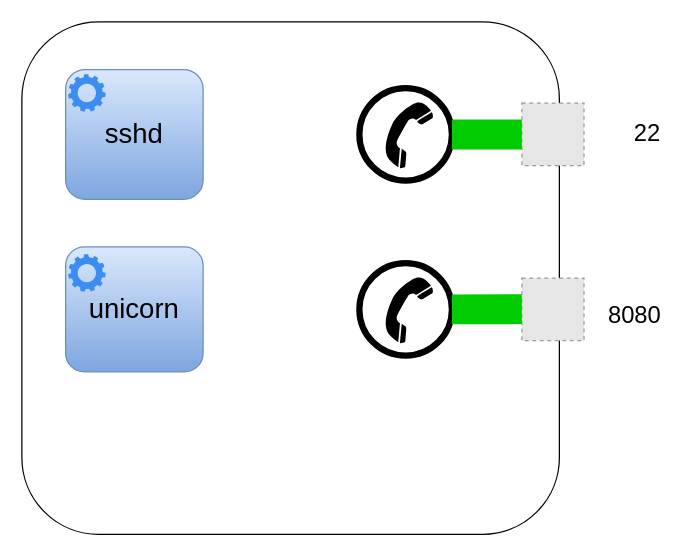
Earlier version of the draw.io diagram page "Socket2" (3 of 8) of presentations/assets/Unicorn-RoR.drawio (psaghelyi/web_test). Source tidied: cells renumbered, new cells numbered last; positions are measured from the earlier drawing's top-left corner, leaving out a move shared by most shapes. Both pictures are drawn from the tidied source at 125%, with x=0, y=0 at pixel (21, 21). Pictures stored in the file or linked from it are replaced by grey dashed boxes.
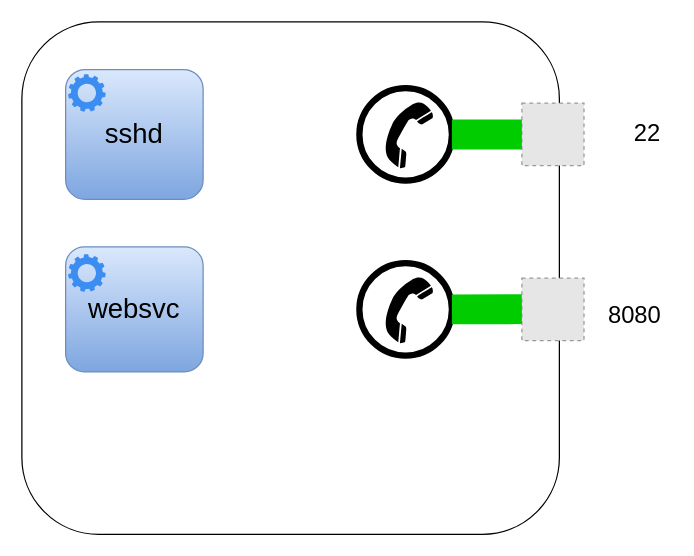
After the change.

What changed in the source:
```diff
@@
 <mxGraphModel>
   <root>
     <mxCell id="0" />
     <mxCell id="1" parent="0" />
     <mxCell id="2" style="rounded=1;whiteSpace=wrap;html=1;fillColor=none;" parent="1" vertex="1">
       <mxGeometry width="430" height="410" as="geometry" />
     </mxCell>
     <mxCell id="3" style="fillColor=#E6E6E6;strokeColor=#999999;dashed=1;verticalLabelPosition=bottom;labelBackgroundColor=none;verticalAlign=top;" parent="1" vertex="1">
       <mxGeometry x="400" y="65" width="49.7" height="50" as="geometry" />
     </mxCell>
     <mxCell id="4" style="fillColor=#E6E6E6;strokeColor=#999999;dashed=1;verticalLabelPosition=bottom;labelBackgroundColor=default;verticalAlign=top;" parent="1" vertex="1">
       <mxGeometry x="400" y="205" width="49.7" height="50" as="geometry" />
     </mxCell>
     <mxCell id="5" value="22" style="text;html=1;align=center;verticalAlign=middle;strokeColor=none;fillColor=none;fontSize=19;" parent="1" vertex="1">
       <mxGeometry x="480" y="75" width="40" height="30" as="geometry" />
     </mxCell>
     <mxCell id="6" style="group;" parent="1" vertex="1">
       <mxGeometry x="270" y="53" width="93" height="74" as="geometry" />
     </mxCell>
     <mxCell id="7" style="ellipse;whiteSpace=wrap;html=1;strokeColor=default;fillColor=none;strokeWidth=5;" parent="6" vertex="1">
       <mxGeometry width="74" height="74" as="geometry" />
     </mxCell>
     <mxCell id="8" style="shape=mxgraph.signs.tech.telephone_3;html=1;fillColor=#000000;strokeColor=none;verticalLabelPosition=bottom;verticalAlign=top;align=center;rotation=60;" parent="6" vertex="1">
       <mxGeometry x="19.7" y="12.8" width="40.8" height="50" as="geometry" />
     </mxCell>
     <mxCell id="9" style="endArrow=none;html=1;rounded=0;fontSize=22;fillColor=#d5e8d4;strokeColor=#00CC00;strokeWidth=24;gradientColor=#97d077;shadow=0;sketch=0;" parent="1" edge="1" source="7" target="3">
       <mxGeometry relative="1" as="geometry" />
     </mxCell>
     <mxCell id="10" style="group;" parent="1" vertex="1">
       <mxGeometry x="270" y="193" width="93" height="74" as="geometry" />
     </mxCell>
     <mxCell id="11" style="ellipse;whiteSpace=wrap;html=1;strokeColor=default;fillColor=none;strokeWidth=5;" parent="10" vertex="1">
       <mxGeometry width="74" height="74" as="geometry" />
     </mxCell>
     <mxCell id="12" style="shape=mxgraph.signs.tech.telephone_3;html=1;fillColor=#000000;strokeColor=none;verticalLabelPosition=bottom;verticalAlign=top;align=center;rotation=60;" parent="10" vertex="1">
       <mxGeometry x="19.7" y="12.8" width="40.8" height="50" as="geometry" />
     </mxCell>
-    <mxCell id="13" value="unicorn" style="rounded=1;whiteSpace=wrap;html=1;fontSize=22;strokeColor=#6c8ebf;strokeWidth=1;fillColor=#dae8fc;gradientColor=#7ea6e0;" parent="1" vertex="1">
+    <mxCell id="13" value="websvc" style="rounded=1;whiteSpace=wrap;html=1;fontSize=22;strokeColor=#6c8ebf;strokeWidth=1;fillColor=#dae8fc;gradientColor=#7ea6e0;" parent="1" vertex="1">
       <mxGeometry x="35" y="180" width="110" height="100" as="geometry" />
     </mxCell>
     <mxCell id="14" style="endArrow=none;html=1;rounded=0;fontSize=22;fillColor=#d5e8d4;strokeColor=#00CC00;strokeWidth=24;gradientColor=#97d077;shadow=0;sketch=0;" parent="1" edge="1" source="11">
       <mxGeometry relative="1" as="geometry">
         <mxPoint x="400" y="229.8" as="targetPoint" />
       </mxGeometry>
     </mxCell>
     <mxCell id="15" style="sketch=0;html=1;strokeColor=none;shadow=0;align=center;verticalAlign=top;fillColor=#3B8DF1;shape=mxgraph.gcp2.gear;" parent="1" vertex="1">
       <mxGeometry x="37" y="185.9" width="30" height="30" as="geometry" />
     </mxCell>
     <mxCell id="16" value="8080" style="text;html=1;align=center;verticalAlign=middle;strokeColor=none;fillColor=none;fontSize=19;" parent="1" vertex="1">
       <mxGeometry x="460" y="220" width="60" height="30" as="geometry" />
     </mxCell>
     <mxCell id="17" value="sshd" style="rounded=1;whiteSpace=wrap;html=1;fontSize=22;strokeColor=#6c8ebf;strokeWidth=1;fillColor=#dae8fc;gradientColor=#7ea6e0;" parent="1" vertex="1">
       <mxGeometry x="35" y="38.1" width="110" height="103.9" as="geometry" />
     </mxCell>
     <mxCell id="18" style="sketch=0;html=1;strokeColor=none;shadow=0;align=center;verticalAlign=top;fillColor=#3B8DF1;shape=mxgraph.gcp2.gear;" parent="1" vertex="1">
       <mxGeometry x="37" y="41.8" width="30" height="30" as="geometry" />
     </mxCell>
   </root>
 </mxGraphModel>
```
